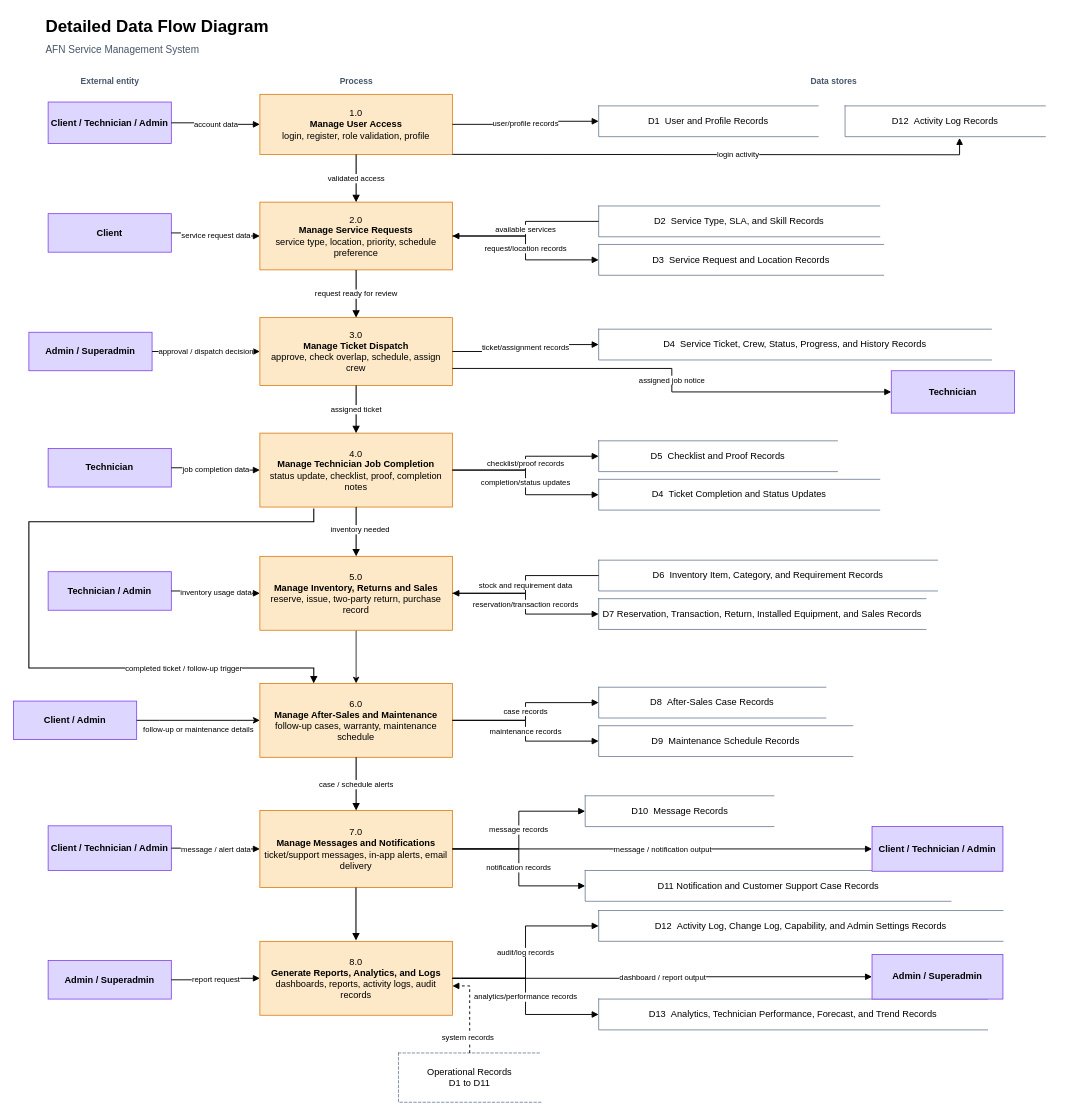
Above: docs/models/AFN_DETAILED_DFD_STRUCTURED.drawio in JH1Npop/capstone-current (draw.io), before the change. Source tidied: cells renumbered, new cells numbered last; positions are measured from the earlier drawing's top-left corner, leaving out a move shared by most shapes. Both pictures are drawn from the tidied source at 77%, with x=0, y=0 at pixel (13, 13).
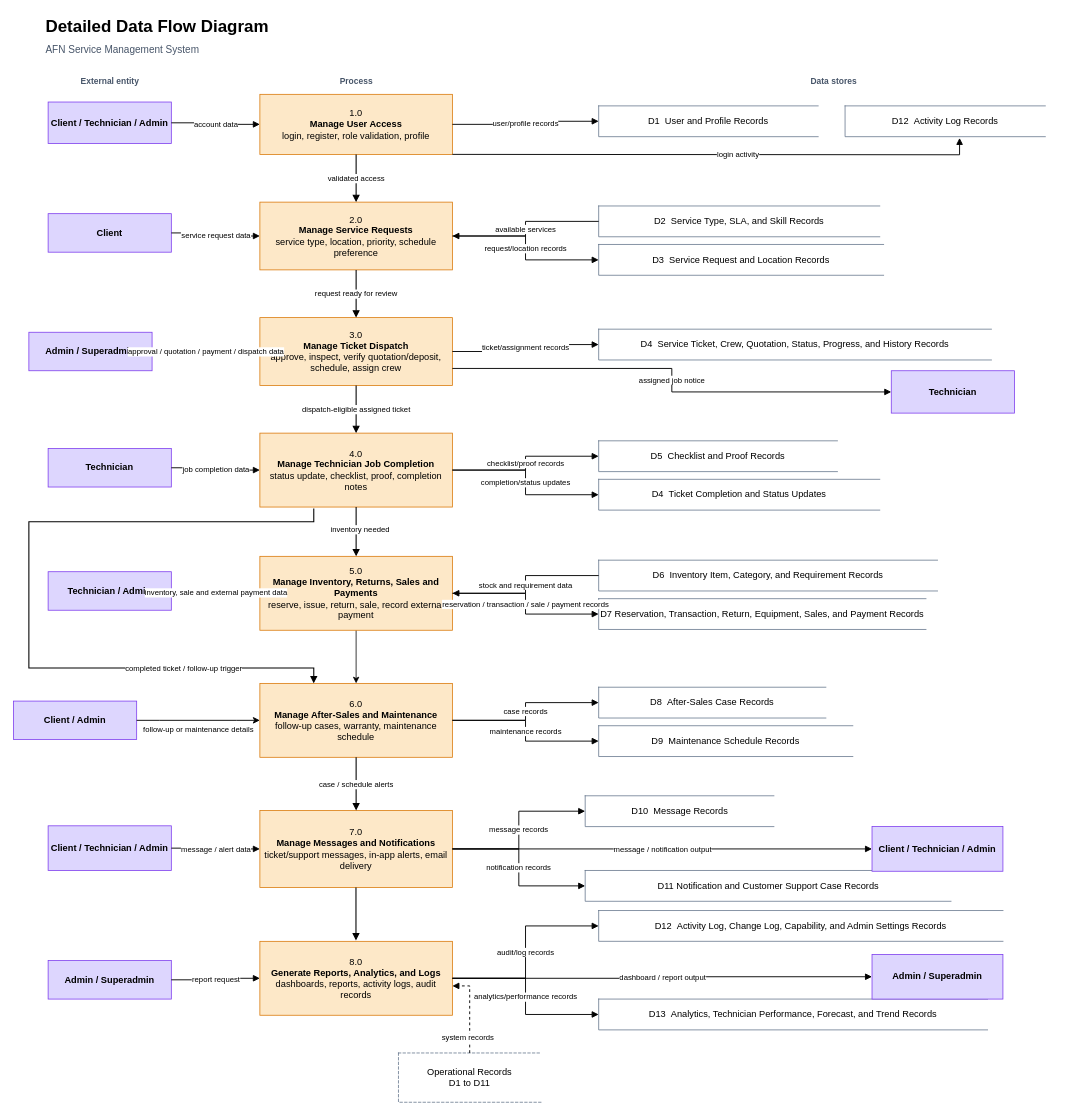
Above is the later version.

Unchanged cells that the change refers to:
```xml
<mxCell id="15" value="Admin / Superadmin" style="rounded=0;whiteSpace=wrap;html=1;fillColor=#ddd6fe;strokeColor=#7c3aed;fontSize=12;fontStyle=1;" parent="1" vertex="1">
  <mxGeometry x="20" y="414" width="160" height="50" as="geometry" />
</mxCell>
<mxCell id="20" value="4.0&lt;br&gt;&lt;b&gt;Manage Technician Job Completion&lt;/b&gt;&lt;br&gt;status update, checklist, proof, completion notes" style="rounded=0;whiteSpace=wrap;html=1;fillColor=#fde8c8;strokeColor=#d97706;fontSize=12;" parent="1" vertex="1">
  <mxGeometry x="320" y="545" width="250" height="96" as="geometry" />
</mxCell>
<mxCell id="23" value="Technician / Admin" style="rounded=0;whiteSpace=wrap;html=1;fillColor=#ddd6fe;strokeColor=#7c3aed;fontSize=12;fontStyle=1;" parent="1" vertex="1">
  <mxGeometry x="45" y="725" width="160" height="50" as="geometry" />
</mxCell>
```

Diff of the diagram source:
```diff
@@
-    <mxCell id="16" value="3.0&lt;br&gt;&lt;b&gt;Manage Ticket Dispatch&lt;/b&gt;&lt;br&gt;approve, check overlap, schedule, assign crew" style="rounded=0;whiteSpace=wrap;html=1;fillColor=#fde8c8;strokeColor=#d97706;fontSize=12;" parent="1" vertex="1">
+    <mxCell id="16" value="3.0&lt;br&gt;&lt;b&gt;Manage Ticket Dispatch&lt;/b&gt;&lt;br&gt;approve, inspect, verify quotation/deposit, schedule, assign crew" style="rounded=0;whiteSpace=wrap;html=1;fillColor=#fde8c8;strokeColor=#d97706;fontSize=12;" parent="1" vertex="1">
       <mxGeometry x="320" y="395" width="250" height="88" as="geometry" />
     </mxCell>
-    <mxCell id="17" value="D4  Service Ticket, Crew, Status, Progress, and History Records" style="shape=partialRectangle;whiteSpace=wrap;html=1;right=0;fillColor=#ffffff;strokeColor=#64748b;fontSize=12;" parent="1" vertex="1">
+    <mxCell id="17" value="D4  Service Ticket, Crew, Quotation, Status, Progress, and History Records" style="shape=partialRectangle;whiteSpace=wrap;html=1;right=0;fillColor=#ffffff;strokeColor=#64748b;fontSize=12;" parent="1" vertex="1">
       <mxGeometry x="760" y="410" width="510" height="40" as="geometry" />
     </mxCell>
@@
-    <mxCell id="25" value="5.0&lt;br&gt;&lt;b&gt;Manage Inventory, Returns and Sales&lt;/b&gt;&lt;br&gt;reserve, issue, two-party return, purchase record" style="rounded=0;whiteSpace=wrap;html=1;fillColor=#fde8c8;strokeColor=#d97706;fontSize=12;" parent="1" vertex="1">
+    <mxCell id="25" value="5.0&lt;br&gt;&lt;b&gt;Manage Inventory, Returns, Sales and Payments&lt;/b&gt;&lt;br&gt;reserve, issue, return, sale, record external payment" style="rounded=0;whiteSpace=wrap;html=1;fillColor=#fde8c8;strokeColor=#d97706;fontSize=12;" parent="1" vertex="1">
       <mxGeometry x="320" y="705" width="250" height="96" as="geometry" />
     </mxCell>
@@
-    <mxCell id="27" value="D7  Reservation, Transaction, Return, Installed Equipment, and Sales Records" style="shape=partialRectangle;whiteSpace=wrap;html=1;right=0;fillColor=#ffffff;strokeColor=#64748b;fontSize=12;" parent="1" vertex="1">
+    <mxCell id="27" value="D7  Reservation, Transaction, Return, Equipment, Sales, and Payment Records" style="shape=partialRectangle;whiteSpace=wrap;html=1;right=0;fillColor=#ffffff;strokeColor=#64748b;fontSize=12;" parent="1" vertex="1">
       <mxGeometry x="760" y="760" width="425" height="40" as="geometry" />
     </mxCell>
@@
-    <mxCell id="45" value="approval / dispatch decision" style="edgeStyle=orthogonalEdgeStyle;rounded=0;html=1;endArrow=block;endFill=1;fontSize=10;strokeWidth=1.2;" parent="1" edge="1" source="15" target="16">
+    <mxCell id="45" value="approval / quotation / payment / dispatch data" style="edgeStyle=orthogonalEdgeStyle;rounded=0;html=1;endArrow=block;endFill=1;fontSize=10;strokeWidth=1.2;" parent="1" edge="1" source="15" target="16">
       <mxGeometry relative="1" as="geometry" />
     </mxCell>
@@
-    <mxCell id="47" value="inventory usage data" style="edgeStyle=orthogonalEdgeStyle;rounded=0;html=1;endArrow=block;endFill=1;fontSize=10;strokeWidth=1.2;" parent="1" edge="1" source="23" target="25">
+    <mxCell id="47" value="inventory, sale and external payment data" style="edgeStyle=orthogonalEdgeStyle;rounded=0;html=1;endArrow=block;endFill=1;fontSize=10;strokeWidth=1.2;" parent="1" edge="1" source="23" target="25">
       <mxGeometry relative="1" as="geometry" />
     </mxCell>
@@
-    <mxCell id="60" value="reservation/transaction records" style="edgeStyle=orthogonalEdgeStyle;rounded=0;html=1;endArrow=block;endFill=1;fontSize=10;strokeWidth=1.2;" parent="1" edge="1" source="25" target="27">
+    <mxCell id="60" value="reservation / transaction / sale / payment records" style="edgeStyle=orthogonalEdgeStyle;rounded=0;html=1;endArrow=block;endFill=1;fontSize=10;strokeWidth=1.2;" parent="1" edge="1" source="25" target="27">
       <mxGeometry relative="1" as="geometry" />
     </mxCell>
@@
-    <mxCell id="72" value="assigned ticket" style="edgeStyle=orthogonalEdgeStyle;rounded=0;html=1;endArrow=block;endFill=1;fontSize=10;strokeWidth=1.4;" parent="1" edge="1" source="16" target="20">
+    <mxCell id="72" value="dispatch-eligible assigned ticket" style="edgeStyle=orthogonalEdgeStyle;rounded=0;html=1;endArrow=block;endFill=1;fontSize=10;strokeWidth=1.4;" parent="1" edge="1" source="16" target="20">
       <mxGeometry relative="1" as="geometry" />
     </mxCell>
```
